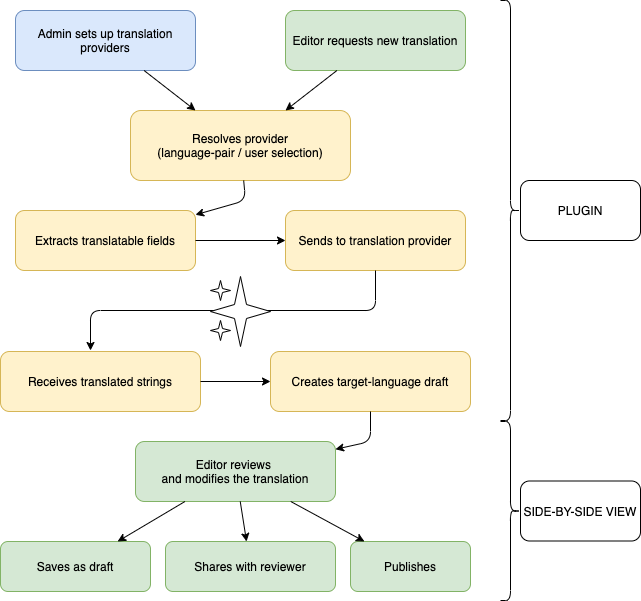
The draw.io diagram docs/multisite/img/translations_management_flow.png in ibexa/documentation-developer, before a commit. Source tidied: cells renumbered, new cells last; positions are measured from the earlier drawing's top-left corner, leaving out a move shared by most shapes.
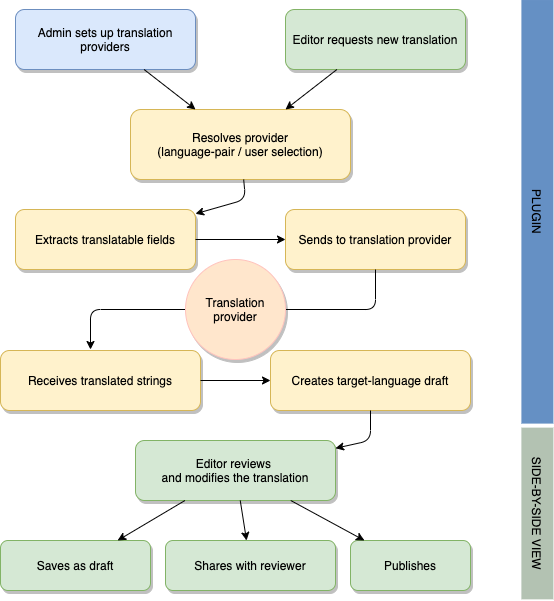
After the commit.

Commit message:
Implement reviewer comments

The edit, as a diff of the source:
```diff
@@ -2,37 +2,37 @@
   <root>
     <mxCell id="0" />
     <mxCell id="1" parent="0" />
-    <mxCell id="2" value="Admin sets up translation providers" style="rounded=1;whiteSpace=wrap;html=1;fillColor=#dae8fc;strokeColor=#6c8ebf;" parent="1" vertex="1">
+    <mxCell id="2" value="Admin sets up translation providers" style="rounded=1;whiteSpace=wrap;html=1;fillColor=#dae8fc;strokeColor=#6c8ebf;shadow=1;" parent="1" vertex="1">
       <mxGeometry x="15" y="10" width="180" height="60" as="geometry" />
     </mxCell>
-    <mxCell id="3" value="Editor requests new translation" style="rounded=1;whiteSpace=wrap;html=1;fillColor=#d5e8d4;strokeColor=#82b366;" parent="1" vertex="1">
+    <mxCell id="3" value="Editor requests new translation" style="rounded=1;whiteSpace=wrap;html=1;fillColor=#d5e8d4;strokeColor=#82b366;shadow=1;" parent="1" vertex="1">
       <mxGeometry x="285" y="10" width="180" height="60" as="geometry" />
     </mxCell>
-    <mxCell id="4" value="Resolves provider&lt;br&gt;(language-pair / user selection)" style="rounded=1;whiteSpace=wrap;html=1;fillColor=#fff2cc;strokeColor=#d6b656;" parent="1" vertex="1">
+    <mxCell id="4" value="Resolves provider&lt;br&gt;(language-pair / user selection)" style="rounded=1;whiteSpace=wrap;html=1;fillColor=#fff2cc;strokeColor=#d6b656;shadow=1;" parent="1" vertex="1">
       <mxGeometry x="130" y="110" width="220" height="70" as="geometry" />
     </mxCell>
-    <mxCell id="5" value="Extracts translatable fields" style="rounded=1;whiteSpace=wrap;html=1;fillColor=#fff2cc;strokeColor=#d6b656;" parent="1" vertex="1">
+    <mxCell id="5" value="Extracts translatable fields" style="rounded=1;whiteSpace=wrap;html=1;fillColor=#fff2cc;strokeColor=#d6b656;shadow=1;" parent="1" vertex="1">
       <mxGeometry x="15" y="210" width="180" height="60" as="geometry" />
     </mxCell>
-    <mxCell id="6" value="Sends to translation provider" style="rounded=1;whiteSpace=wrap;html=1;fillColor=#fff2cc;strokeColor=#d6b656;" parent="1" vertex="1">
+    <mxCell id="6" value="Sends to translation provider" style="rounded=1;whiteSpace=wrap;html=1;fillColor=#fff2cc;strokeColor=#d6b656;shadow=1;" parent="1" vertex="1">
       <mxGeometry x="285" y="210" width="180" height="60" as="geometry" />
     </mxCell>
-    <mxCell id="7" value="Receives translated strings" style="rounded=1;whiteSpace=wrap;html=1;fillColor=#fff2cc;strokeColor=#d6b656;" parent="1" vertex="1">
+    <mxCell id="7" value="Receives translated strings" style="rounded=1;whiteSpace=wrap;html=1;fillColor=#fff2cc;strokeColor=#d6b656;shadow=1;" parent="1" vertex="1">
       <mxGeometry y="351" width="200" height="60" as="geometry" />
     </mxCell>
-    <mxCell id="8" value="Creates target-language draft" style="rounded=1;whiteSpace=wrap;html=1;fillColor=#fff2cc;strokeColor=#d6b656;" parent="1" vertex="1">
+    <mxCell id="8" value="Creates target-language draft" style="rounded=1;whiteSpace=wrap;html=1;fillColor=#fff2cc;strokeColor=#d6b656;shadow=1;" parent="1" vertex="1">
       <mxGeometry x="270" y="351" width="200" height="60" as="geometry" />
     </mxCell>
-    <mxCell id="9" value="Editor reviews &lt;br&gt;and modifies the translation" style="rounded=1;whiteSpace=wrap;html=1;fillColor=#d5e8d4;strokeColor=#82b366;" parent="1" vertex="1">
+    <mxCell id="9" value="Editor reviews &lt;br&gt;and modifies the translation" style="rounded=1;whiteSpace=wrap;html=1;fillColor=#d5e8d4;strokeColor=#82b366;shadow=1;" parent="1" vertex="1">
       <mxGeometry x="135" y="441" width="200" height="60" as="geometry" />
     </mxCell>
-    <mxCell id="10" value="Saves as draft" style="rounded=1;whiteSpace=wrap;html=1;fillColor=#d5e8d4;strokeColor=#82b366;" parent="1" vertex="1">
+    <mxCell id="10" value="Saves as draft" style="rounded=1;whiteSpace=wrap;html=1;fillColor=#d5e8d4;strokeColor=#82b366;shadow=1;" parent="1" vertex="1">
       <mxGeometry y="541" width="150" height="50" as="geometry" />
     </mxCell>
-    <mxCell id="11" value="Shares with reviewer" style="rounded=1;whiteSpace=wrap;html=1;fillColor=#d5e8d4;strokeColor=#82b366;" parent="1" vertex="1">
+    <mxCell id="11" value="Shares with reviewer" style="rounded=1;whiteSpace=wrap;html=1;fillColor=#d5e8d4;strokeColor=#82b366;shadow=1;" parent="1" vertex="1">
       <mxGeometry x="165" y="541" width="170" height="50" as="geometry" />
     </mxCell>
-    <mxCell id="12" value="Publishes" style="rounded=1;whiteSpace=wrap;html=1;fillColor=#d5e8d4;strokeColor=#82b366;" parent="1" vertex="1">
+    <mxCell id="12" value="Publishes" style="rounded=1;whiteSpace=wrap;html=1;fillColor=#d5e8d4;strokeColor=#82b366;shadow=1;" parent="1" vertex="1">
       <mxGeometry x="350" y="541" width="120" height="50" as="geometry" />
     </mxCell>
     <mxCell id="13" parent="1" edge="1" source="2" target="4">
@@ -79,29 +79,20 @@
     <mxCell id="22" parent="1" edge="1" source="9" target="12">
       <mxGeometry relative="1" as="geometry" />
     </mxCell>
-    <mxCell id="23" style="shape=curlyBracket;whiteSpace=wrap;html=1;rounded=1;flipH=1;" parent="1" vertex="1">
-      <mxGeometry x="500" width="20" height="420" as="geometry" />
-    </mxCell>
-    <mxCell id="24" style="shape=curlyBracket;whiteSpace=wrap;html=1;rounded=1;flipH=1;" parent="1" vertex="1">
-      <mxGeometry x="500" y="421" width="20" height="179" as="geometry" />
-    </mxCell>
+    <mxCell id="29" style="edgeStyle=orthogonalEdgeStyle;rounded=0;orthogonalLoop=1;jettySize=auto;html=1;exitX=0.5;exitY=1;exitDx=0;exitDy=0;exitPerimeter=0;" parent="1" edge="1">
+      <mxGeometry relative="1" as="geometry">
+        <mxPoint x="240" y="346" as="sourcePoint" />
+        <mxPoint x="240" y="346" as="targetPoint" />
+      </mxGeometry>
+    </mxCell>
+    <mxCell id="31" value="Translation provider" style="ellipse;whiteSpace=wrap;html=1;fillColor=#ffe6cc;strokeColor=#FFC3BD;shadow=1;" parent="1" vertex="1">
+      <mxGeometry x="185" y="260" width="100" height="100" as="geometry" />
+    </mxCell>
-    <mxCell id="25" value="PLUGIN" style="whiteSpace=wrap;html=1;rounded=1;" parent="1" vertex="1">
-      <mxGeometry x="520" y="180" width="120" height="60" as="geometry" />
+    <mxCell id="25" value="PLUGIN" style="rounded=0;whiteSpace=wrap;html=1;strokeColor=none;fillColor=#6590C4;rotation=90;" parent="1" vertex="1">
+      <mxGeometry x="325.1" y="196.3" width="423.6" height="32" as="geometry" />
     </mxCell>
-    <mxCell id="26" value="SIDE-BY-SIDE VIEW" style="whiteSpace=wrap;html=1;rounded=1;" parent="1" vertex="1">
-      <mxGeometry x="520" y="480.5" width="120" height="60" as="geometry" />
+    <mxCell id="26" value="SIDE-BY-SIDE VIEW" style="rounded=0;whiteSpace=wrap;html=1;strokeColor=none;fillColor=#B3C2B2;rotation=90;" parent="1" vertex="1">
+      <mxGeometry x="451" y="498" width="171.7" height="32" as="geometry" />
     </mxCell>
-    <mxCell id="27" style="verticalLabelPosition=bottom;verticalAlign=top;html=1;shape=mxgraph.basic.4_point_star_2;dx=0.8;" parent="1" vertex="1">
-      <mxGeometry x="210" y="276" width="60" height="70" as="geometry" />
-    </mxCell>
-    <mxCell id="28" style="verticalLabelPosition=bottom;verticalAlign=top;html=1;shape=mxgraph.basic.4_point_star_2;dx=0.8;" parent="1" vertex="1">
-      <mxGeometry x="210" y="280" width="20" height="20" as="geometry" />
-    </mxCell>
-    <mxCell id="29" style="edgeStyle=orthogonalEdgeStyle;rounded=0;orthogonalLoop=1;jettySize=auto;html=1;exitX=0.5;exitY=1;exitDx=0;exitDy=0;exitPerimeter=0;" parent="1" edge="1" source="27" target="27">
-      <mxGeometry relative="1" as="geometry" />
-    </mxCell>
-    <mxCell id="30" style="verticalLabelPosition=bottom;verticalAlign=top;html=1;shape=mxgraph.basic.4_point_star_2;dx=0.8;" parent="1" vertex="1">
-      <mxGeometry x="210" y="320" width="20" height="20" as="geometry" />
-    </mxCell>
   </root>
 </mxGraphModel>
```
